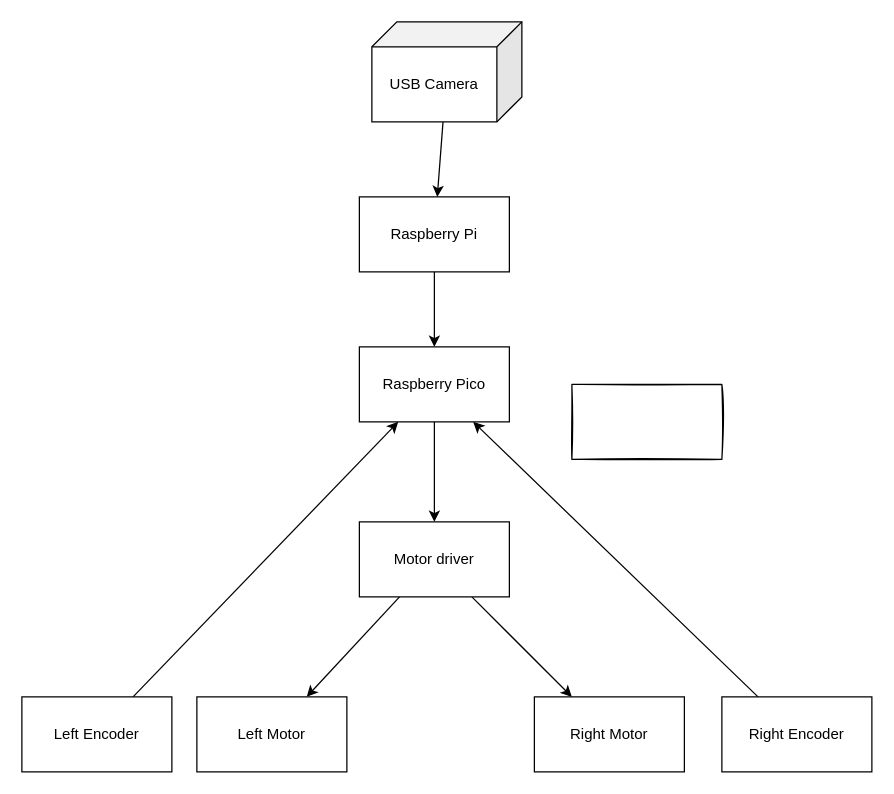
The draw.io diagram software/doc/embedded deployment.drawio in ieeeupsb/Nemo-PlatformIO-project, before the edit. Source tidied: cells renumbered, new cells numbered last; positions are measured from the earlier drawing's top-left corner, leaving out a move shared by most shapes. Both pictures are drawn from the tidied source at 125%, with x=0, y=0 at pixel (21, 21).
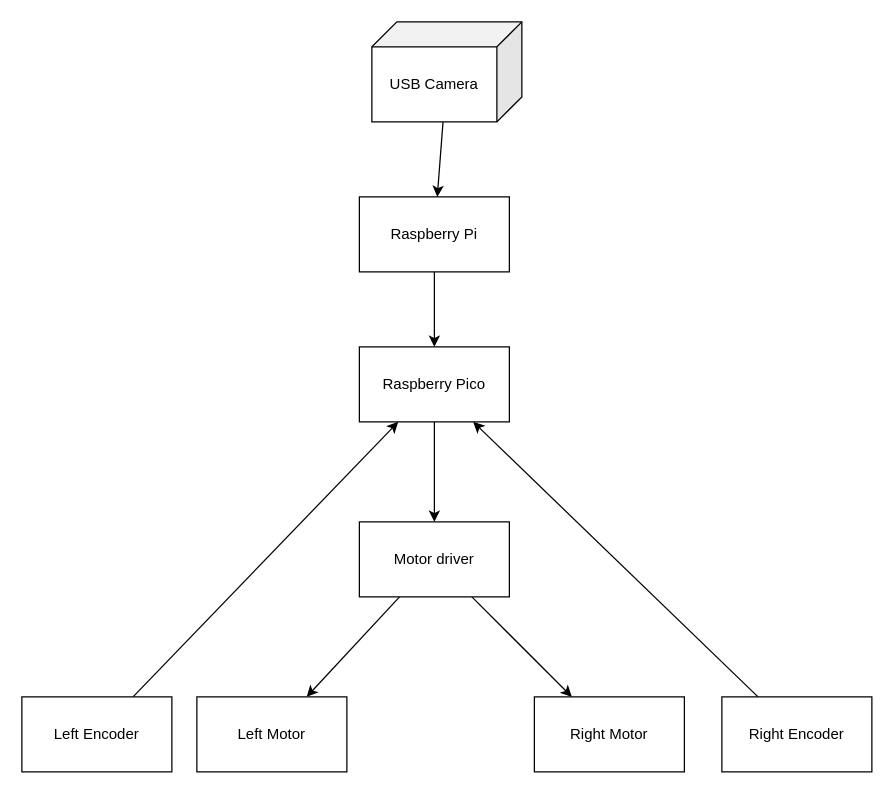
The same page after the edit.

The edit, as a diff of the source:
```diff
@@
 <mxGraphModel>
   <root>
     <mxCell id="0" />
     <mxCell id="1" parent="0" />
     <mxCell id="2" style="edgeStyle=none;html=1;" parent="1" edge="1" source="3" target="8">
       <mxGeometry relative="1" as="geometry" />
     </mxCell>
     <mxCell id="3" value="Raspberry Pico" style="whiteSpace=wrap;html=1;" parent="1" vertex="1">
       <mxGeometry x="270" y="260" width="120" height="60" as="geometry" />
     </mxCell>
     <mxCell id="4" style="edgeStyle=none;html=1;" parent="1" edge="1" source="5" target="3">
       <mxGeometry relative="1" as="geometry" />
     </mxCell>
     <mxCell id="5" value="Raspberry Pi" style="whiteSpace=wrap;html=1;" parent="1" vertex="1">
       <mxGeometry x="270" y="140" width="120" height="60" as="geometry" />
     </mxCell>
     <mxCell id="6" style="edgeStyle=none;html=1;" parent="1" edge="1" source="8" target="9">
       <mxGeometry relative="1" as="geometry" />
     </mxCell>
     <mxCell id="7" style="edgeStyle=none;html=1;" parent="1" edge="1" source="8" target="10">
       <mxGeometry relative="1" as="geometry" />
     </mxCell>
     <mxCell id="8" value="Motor driver" style="whiteSpace=wrap;html=1;" parent="1" vertex="1">
       <mxGeometry x="270" y="400" width="120" height="60" as="geometry" />
     </mxCell>
     <mxCell id="9" value="Left Motor" style="whiteSpace=wrap;html=1;" parent="1" vertex="1">
       <mxGeometry x="140" y="540" width="120" height="60" as="geometry" />
     </mxCell>
     <mxCell id="10" value="Right Motor" style="whiteSpace=wrap;html=1;" parent="1" vertex="1">
       <mxGeometry x="410" y="540" width="120" height="60" as="geometry" />
     </mxCell>
     <mxCell id="11" style="edgeStyle=none;html=1;" parent="1" edge="1" source="12" target="3">
       <mxGeometry relative="1" as="geometry" />
     </mxCell>
     <mxCell id="12" value="Left Encoder" style="whiteSpace=wrap;html=1;" parent="1" vertex="1">
       <mxGeometry y="540" width="120" height="60" as="geometry" />
     </mxCell>
     <mxCell id="13" style="edgeStyle=none;html=1;" parent="1" edge="1" source="14" target="3">
       <mxGeometry relative="1" as="geometry" />
     </mxCell>
     <mxCell id="14" value="Right Encoder" style="whiteSpace=wrap;html=1;" parent="1" vertex="1">
       <mxGeometry x="560" y="540" width="120" height="60" as="geometry" />
     </mxCell>
     <mxCell id="15" style="edgeStyle=none;html=1;" parent="1" edge="1" source="16" target="5">
       <mxGeometry relative="1" as="geometry" />
     </mxCell>
     <mxCell id="16" value="USB Camera" style="shape=cube;whiteSpace=wrap;html=1;boundedLbl=1;backgroundOutline=1;darkOpacity=0.05;darkOpacity2=0.1;flipV=0;flipH=1;" parent="1" vertex="1">
       <mxGeometry x="280" width="120" height="80" as="geometry" />
     </mxCell>
-    <mxCell id="17" style="whiteSpace=wrap;html=1;rounded=0;sketch=1;" parent="1" vertex="1">
-      <mxGeometry x="440" y="290" width="120" height="60" as="geometry" />
-    </mxCell>
   </root>
 </mxGraphModel>
```
